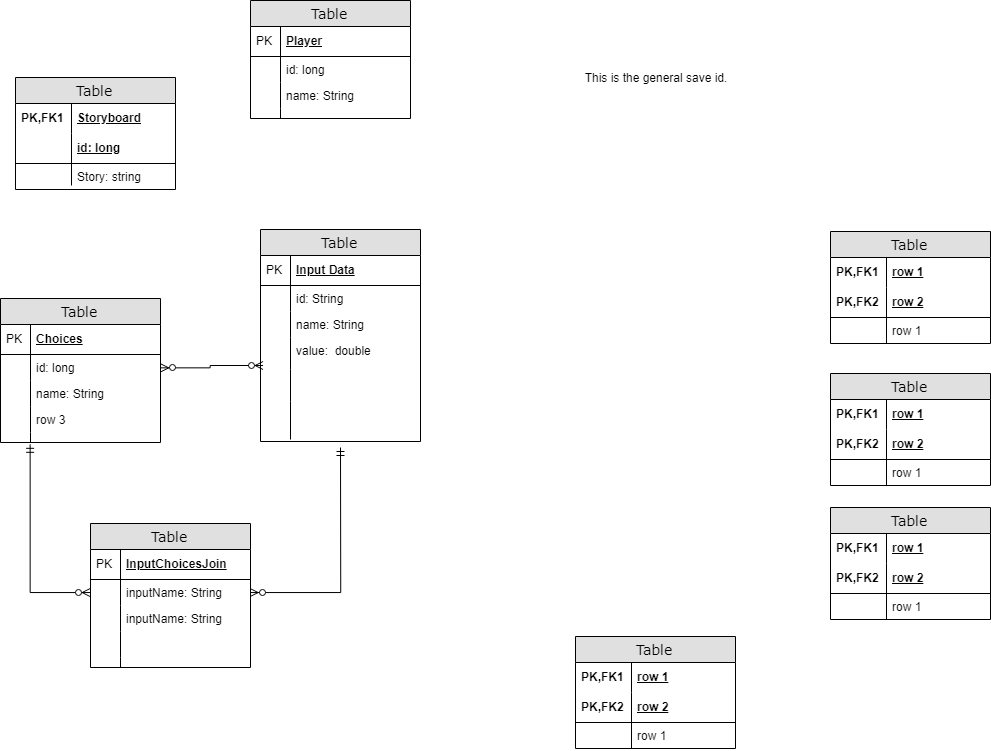
Earlier version of the draw.io export docs/EntityModel.png (balexander16/PictureQuest). Source tidied: cells renumbered, new cells last; positions are measured from the earlier drawing's top-left corner, leaving out a move shared by most shapes.
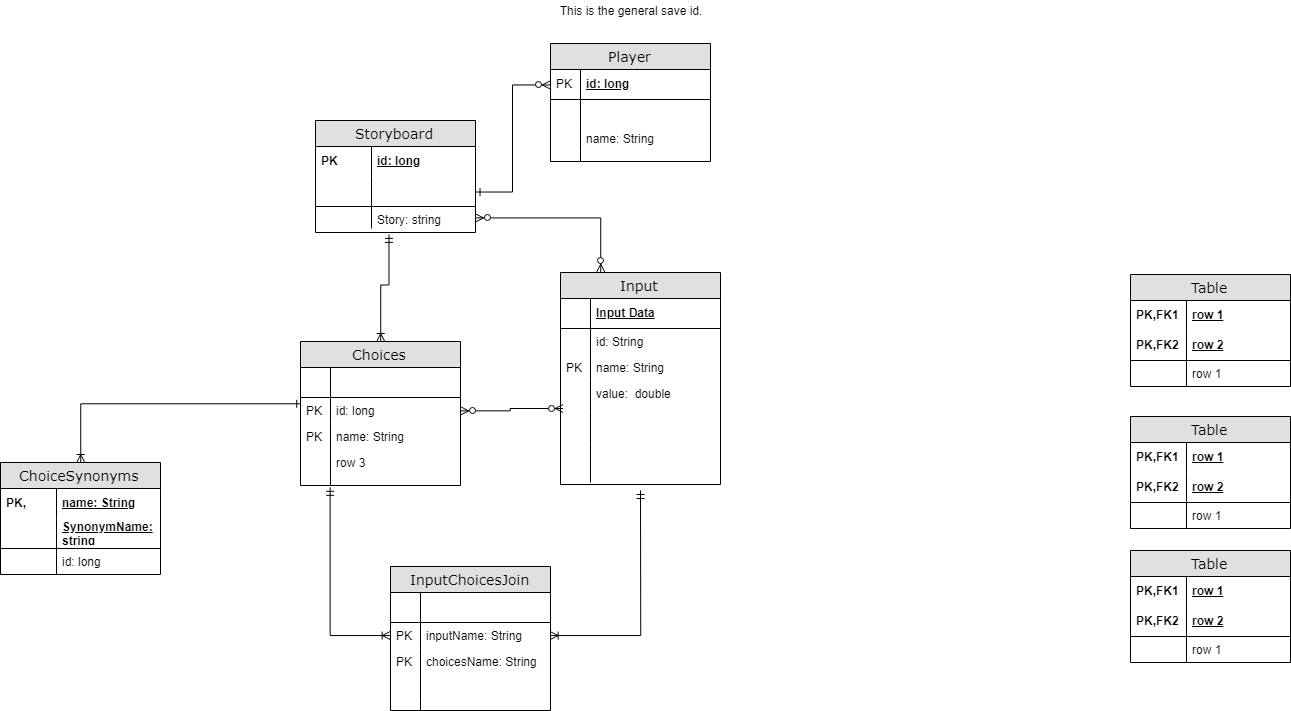
Later version of the same file.

The edit, as a diff of the source:
```diff
@@ -4,12 +4,12 @@
     <mxCell id="1" parent="0" />
-    <mxCell id="2" value="Table" style="swimlane;html=1;fontStyle=0;horizontal=1;startSize=26;fillColor=#e0e0e0;swimlaneFillColor=#ffffff;align=center;rounded=0;shadow=0;comic=0;labelBackgroundColor=none;strokeColor=#000000;strokeWidth=1;fontFamily=Verdana;fontSize=14;fontColor=#000000;" parent="1" vertex="1">
+    <mxCell id="2" value="Storyboard" style="swimlane;html=1;fontStyle=0;horizontal=1;startSize=26;fillColor=#e0e0e0;swimlaneFillColor=#ffffff;align=center;rounded=0;shadow=0;comic=0;labelBackgroundColor=none;strokeColor=#000000;strokeWidth=1;fontFamily=Verdana;fontSize=14;fontColor=#000000;" parent="1" vertex="1">
       <mxGeometry x="15" y="77" width="160" height="112" as="geometry" />
     </mxCell>
-    <mxCell id="3" value="Storyboard" style="shape=partialRectangle;top=0;left=0;right=0;bottom=0;html=1;align=left;verticalAlign=middle;fillColor=none;spacingLeft=60;spacingRight=4;whiteSpace=wrap;overflow=hidden;fontStyle=5;" parent="2" vertex="1">
+    <mxCell id="3" value="id: long" style="shape=partialRectangle;top=0;left=0;right=0;bottom=0;html=1;align=left;verticalAlign=middle;fillColor=none;spacingLeft=60;spacingRight=4;whiteSpace=wrap;overflow=hidden;fontStyle=5;" parent="2" vertex="1">
       <mxGeometry y="26" width="160" height="30" as="geometry" />
     </mxCell>
-    <mxCell id="4" value="PK,FK1" style="shape=partialRectangle;fontStyle=1;top=0;left=0;bottom=0;html=1;fillColor=none;align=left;verticalAlign=middle;spacingLeft=4;spacingRight=4;whiteSpace=wrap;overflow=hidden;" parent="3" vertex="1">
+    <mxCell id="4" value="PK" style="shape=partialRectangle;fontStyle=1;top=0;left=0;bottom=0;html=1;fillColor=none;align=left;verticalAlign=middle;spacingLeft=4;spacingRight=4;whiteSpace=wrap;overflow=hidden;" parent="3" vertex="1">
       <mxGeometry width="56" height="30" as="geometry" />
     </mxCell>
-    <mxCell id="5" value="id: long" style="shape=partialRectangle;top=0;left=0;right=0;bottom=1;html=1;align=left;verticalAlign=middle;fillColor=none;spacingLeft=60;spacingRight=4;whiteSpace=wrap;overflow=hidden;points=[[0,0.5],[1,0.5]];portConstraint=eastwest;fontStyle=5;" parent="2" vertex="1">
+    <mxCell id="5" style="shape=partialRectangle;top=0;left=0;right=0;bottom=1;html=1;align=left;verticalAlign=middle;fillColor=none;spacingLeft=60;spacingRight=4;whiteSpace=wrap;overflow=hidden;points=[[0,0.5],[1,0.5]];portConstraint=eastwest;fontStyle=5;" parent="2" vertex="1">
       <mxGeometry y="56" width="160" height="30" as="geometry" />
@@ -25,6 +25,6 @@
     </mxCell>
-    <mxCell id="9" value="Table" style="swimlane;html=1;fontStyle=0;horizontal=1;startSize=26;fillColor=#e0e0e0;swimlaneFillColor=#ffffff;align=center;rounded=0;shadow=0;comic=0;labelBackgroundColor=none;strokeColor=#000000;strokeWidth=1;fontFamily=Verdana;fontSize=14;fontColor=#000000;swimlaneLine=1;" parent="1" vertex="1">
+    <mxCell id="9" value="Player" style="swimlane;html=1;fontStyle=0;horizontal=1;startSize=26;fillColor=#e0e0e0;swimlaneFillColor=#ffffff;align=center;rounded=0;shadow=0;comic=0;labelBackgroundColor=none;strokeColor=#000000;strokeWidth=1;fontFamily=Verdana;fontSize=14;fontColor=#000000;swimlaneLine=1;" parent="1" vertex="1">
       <mxGeometry x="250" width="160" height="118" as="geometry" />
     </mxCell>
-    <mxCell id="10" value="Player" style="shape=partialRectangle;top=0;left=0;right=0;bottom=1;html=1;align=left;verticalAlign=middle;fillColor=none;spacingLeft=34;spacingRight=4;whiteSpace=wrap;overflow=hidden;points=[[0,0.5],[1,0.5]];portConstraint=eastwest;fontStyle=5;" parent="9" vertex="1">
+    <mxCell id="10" value="id: long" style="shape=partialRectangle;top=0;left=0;right=0;bottom=1;html=1;align=left;verticalAlign=middle;fillColor=none;spacingLeft=34;spacingRight=4;whiteSpace=wrap;overflow=hidden;points=[[0,0.5],[1,0.5]];portConstraint=eastwest;fontStyle=5;" parent="9" vertex="1">
       <mxGeometry y="26" width="160" height="30" as="geometry" />
@@ -34,3 +34,3 @@
     </mxCell>
-    <mxCell id="12" value="id: long" style="shape=partialRectangle;top=0;left=0;right=0;bottom=0;html=1;align=left;verticalAlign=top;fillColor=none;spacingLeft=34;spacingRight=4;whiteSpace=wrap;overflow=hidden;" parent="9" vertex="1">
+    <mxCell id="12" style="shape=partialRectangle;top=0;left=0;right=0;bottom=0;html=1;align=left;verticalAlign=top;fillColor=none;spacingLeft=34;spacingRight=4;whiteSpace=wrap;overflow=hidden;" parent="9" vertex="1">
       <mxGeometry y="56" width="160" height="26" as="geometry" />
@@ -52,3 +52,3 @@
     </mxCell>
-    <mxCell id="18" value="Table" style="swimlane;html=1;fontStyle=0;horizontal=1;startSize=26;fillColor=#e0e0e0;swimlaneFillColor=#ffffff;align=center;rounded=0;shadow=0;comic=0;labelBackgroundColor=none;strokeColor=#000000;strokeWidth=1;fontFamily=Verdana;fontSize=14;fontColor=#000000;" parent="1" vertex="1">
+    <mxCell id="18" value="Input" style="swimlane;html=1;fontStyle=0;horizontal=1;startSize=26;fillColor=#e0e0e0;swimlaneFillColor=#ffffff;align=center;rounded=0;shadow=0;comic=0;labelBackgroundColor=none;strokeColor=#000000;strokeWidth=1;fontFamily=Verdana;fontSize=14;fontColor=#000000;" parent="1" vertex="1">
       <mxGeometry x="260" y="229" width="160" height="212" as="geometry" />
@@ -58,3 +58,3 @@
     </mxCell>
-    <mxCell id="20" value="PK" style="shape=partialRectangle;top=0;left=0;bottom=0;html=1;fillColor=none;align=left;verticalAlign=middle;spacingLeft=4;spacingRight=4;whiteSpace=wrap;overflow=hidden;" parent="19" vertex="1">
+    <mxCell id="20" style="shape=partialRectangle;top=0;left=0;bottom=0;html=1;fillColor=none;align=left;verticalAlign=middle;spacingLeft=4;spacingRight=4;whiteSpace=wrap;overflow=hidden;" parent="19" vertex="1">
       <mxGeometry width="30" height="30" as="geometry" />
@@ -70,3 +70,3 @@
     </mxCell>
-    <mxCell id="24" style="shape=partialRectangle;top=0;left=0;bottom=0;html=1;fillColor=none;align=left;verticalAlign=top;spacingLeft=4;spacingRight=4;whiteSpace=wrap;overflow=hidden;" parent="23" vertex="1">
+    <mxCell id="24" value="PK" style="shape=partialRectangle;top=0;left=0;bottom=0;html=1;fillColor=none;align=left;verticalAlign=top;spacingLeft=4;spacingRight=4;whiteSpace=wrap;overflow=hidden;" parent="23" vertex="1">
       <mxGeometry width="30" height="26" as="geometry" />
@@ -91,9 +91,9 @@
     </mxCell>
-    <mxCell id="31" value="Table" style="swimlane;html=1;fontStyle=0;horizontal=1;startSize=26;fillColor=#e0e0e0;swimlaneFillColor=#ffffff;align=center;rounded=0;shadow=0;comic=0;labelBackgroundColor=none;strokeColor=#000000;strokeWidth=1;fontFamily=Verdana;fontSize=14;fontColor=#000000;" parent="1" vertex="1">
+    <mxCell id="31" value="InputChoicesJoin" style="swimlane;html=1;fontStyle=0;horizontal=1;startSize=26;fillColor=#e0e0e0;swimlaneFillColor=#ffffff;align=center;rounded=0;shadow=0;comic=0;labelBackgroundColor=none;strokeColor=#000000;strokeWidth=1;fontFamily=Verdana;fontSize=14;fontColor=#000000;" parent="1" vertex="1">
       <mxGeometry x="90" y="523" width="160" height="144" as="geometry" />
     </mxCell>
-    <mxCell id="32" value="InputChoicesJoin" style="shape=partialRectangle;top=0;left=0;right=0;bottom=1;html=1;align=left;verticalAlign=middle;fillColor=none;spacingLeft=34;spacingRight=4;whiteSpace=wrap;overflow=hidden;fontStyle=5;" parent="31" vertex="1">
+    <mxCell id="32" style="shape=partialRectangle;top=0;left=0;right=0;bottom=1;html=1;align=left;verticalAlign=middle;fillColor=none;spacingLeft=34;spacingRight=4;whiteSpace=wrap;overflow=hidden;fontStyle=5;" parent="31" vertex="1">
       <mxGeometry y="26" width="160" height="30" as="geometry" />
     </mxCell>
-    <mxCell id="33" value="PK" style="shape=partialRectangle;top=0;left=0;bottom=0;html=1;fillColor=none;align=left;verticalAlign=middle;spacingLeft=4;spacingRight=4;whiteSpace=wrap;overflow=hidden;" parent="32" vertex="1">
+    <mxCell id="33" style="shape=partialRectangle;top=0;left=0;bottom=0;html=1;fillColor=none;align=left;verticalAlign=middle;spacingLeft=4;spacingRight=4;whiteSpace=wrap;overflow=hidden;" parent="32" vertex="1">
       <mxGeometry width="30" height="30" as="geometry" />
@@ -103,9 +103,9 @@
     </mxCell>
-    <mxCell id="35" style="shape=partialRectangle;top=0;left=0;bottom=0;html=1;fillColor=none;align=left;verticalAlign=top;spacingLeft=4;spacingRight=4;whiteSpace=wrap;overflow=hidden;" parent="34" vertex="1">
+    <mxCell id="35" value="PK" style="shape=partialRectangle;top=0;left=0;bottom=0;html=1;fillColor=none;align=left;verticalAlign=top;spacingLeft=4;spacingRight=4;whiteSpace=wrap;overflow=hidden;" parent="34" vertex="1">
       <mxGeometry width="30" height="26" as="geometry" />
     </mxCell>
-    <mxCell id="36" value="inputName: String" style="shape=partialRectangle;top=0;left=0;right=0;bottom=0;html=1;align=left;verticalAlign=top;fillColor=none;spacingLeft=34;spacingRight=4;whiteSpace=wrap;overflow=hidden;" parent="31" vertex="1">
+    <mxCell id="36" value="choicesName: String" style="shape=partialRectangle;top=0;left=0;right=0;bottom=0;html=1;align=left;verticalAlign=top;fillColor=none;spacingLeft=34;spacingRight=4;whiteSpace=wrap;overflow=hidden;" parent="31" vertex="1">
       <mxGeometry y="82" width="160" height="26" as="geometry" />
     </mxCell>
-    <mxCell id="37" style="shape=partialRectangle;top=0;left=0;bottom=0;html=1;fillColor=none;align=left;verticalAlign=top;spacingLeft=4;spacingRight=4;whiteSpace=wrap;overflow=hidden;" parent="36" vertex="1">
+    <mxCell id="37" value="PK" style="shape=partialRectangle;top=0;left=0;bottom=0;html=1;fillColor=none;align=left;verticalAlign=top;spacingLeft=4;spacingRight=4;whiteSpace=wrap;overflow=hidden;" parent="36" vertex="1">
       <mxGeometry width="30" height="26" as="geometry" />
@@ -145,18 +145,21 @@
     </mxCell>
+    <mxCell id="85" style="edgeStyle=orthogonalEdgeStyle;rounded=0;jettySize=auto;html=1;entryX=0.001;entryY=0.242;entryDx=0;entryDy=0;entryPerimeter=0;startArrow=ERoneToMany;startFill=0;endArrow=ERone;endFill=0;" parent="1" edge="1" source="49" target="73">
+      <mxGeometry relative="1" as="geometry" />
+    </mxCell>
-    <mxCell id="49" value="Table" style="swimlane;html=1;fontStyle=0;horizontal=1;startSize=26;fillColor=#e0e0e0;swimlaneFillColor=#ffffff;align=center;rounded=0;shadow=0;comic=0;labelBackgroundColor=none;strokeColor=#000000;strokeWidth=1;fontFamily=Verdana;fontSize=14;fontColor=#000000;" parent="1" vertex="1">
-      <mxGeometry x="575" y="636" width="160" height="112" as="geometry" />
+    <mxCell id="49" value="ChoiceSynonyms" style="swimlane;html=1;fontStyle=0;horizontal=1;startSize=26;fillColor=#e0e0e0;swimlaneFillColor=#ffffff;align=center;rounded=0;shadow=0;comic=0;labelBackgroundColor=none;strokeColor=#000000;strokeWidth=1;fontFamily=Verdana;fontSize=14;fontColor=#000000;" parent="1" vertex="1">
+      <mxGeometry x="-300" y="419" width="160" height="112" as="geometry" />
     </mxCell>
-    <mxCell id="50" value="row 1" style="shape=partialRectangle;top=0;left=0;right=0;bottom=0;html=1;align=left;verticalAlign=middle;fillColor=none;spacingLeft=60;spacingRight=4;whiteSpace=wrap;overflow=hidden;fontStyle=5;" parent="49" vertex="1">
+    <mxCell id="50" value="name: String" style="shape=partialRectangle;top=0;left=0;right=0;bottom=0;html=1;align=left;verticalAlign=middle;fillColor=none;spacingLeft=60;spacingRight=4;whiteSpace=wrap;overflow=hidden;fontStyle=5;" parent="49" vertex="1">
       <mxGeometry y="26" width="160" height="30" as="geometry" />
     </mxCell>
-    <mxCell id="51" value="PK,FK1" style="shape=partialRectangle;fontStyle=1;top=0;left=0;bottom=0;html=1;fillColor=none;align=left;verticalAlign=middle;spacingLeft=4;spacingRight=4;whiteSpace=wrap;overflow=hidden;" parent="50" vertex="1">
+    <mxCell id="51" value="PK," style="shape=partialRectangle;fontStyle=1;top=0;left=0;bottom=0;html=1;fillColor=none;align=left;verticalAlign=middle;spacingLeft=4;spacingRight=4;whiteSpace=wrap;overflow=hidden;" parent="50" vertex="1">
       <mxGeometry width="56" height="30" as="geometry" />
     </mxCell>
-    <mxCell id="52" value="row 2" style="shape=partialRectangle;top=0;left=0;right=0;bottom=1;html=1;align=left;verticalAlign=middle;fillColor=none;spacingLeft=60;spacingRight=4;whiteSpace=wrap;overflow=hidden;fontStyle=5;" parent="49" vertex="1">
+    <mxCell id="52" value="SynonymName: string" style="shape=partialRectangle;top=0;left=0;right=0;bottom=1;html=1;align=left;verticalAlign=middle;fillColor=none;spacingLeft=60;spacingRight=4;whiteSpace=wrap;overflow=hidden;fontStyle=5;" parent="49" vertex="1">
       <mxGeometry y="56" width="160" height="30" as="geometry" />
     </mxCell>
-    <mxCell id="53" value="PK,FK2" style="shape=partialRectangle;fontStyle=1;top=0;left=0;bottom=0;html=1;fillColor=none;align=left;verticalAlign=middle;spacingLeft=4;spacingRight=4;whiteSpace=wrap;overflow=hidden;" parent="52" vertex="1">
+    <mxCell id="53" style="shape=partialRectangle;fontStyle=1;top=0;left=0;bottom=0;html=1;fillColor=none;align=left;verticalAlign=middle;spacingLeft=4;spacingRight=4;whiteSpace=wrap;overflow=hidden;" parent="52" vertex="1">
       <mxGeometry width="56" height="30" as="geometry" />
     </mxCell>
-    <mxCell id="54" value="row 1" style="shape=partialRectangle;top=0;left=0;right=0;bottom=0;html=1;align=left;verticalAlign=top;fillColor=none;spacingLeft=60;spacingRight=4;whiteSpace=wrap;overflow=hidden;" parent="49" vertex="1">
+    <mxCell id="54" value="id: long" style="shape=partialRectangle;top=0;left=0;right=0;bottom=0;html=1;align=left;verticalAlign=top;fillColor=none;spacingLeft=60;spacingRight=4;whiteSpace=wrap;overflow=hidden;" parent="49" vertex="1">
       <mxGeometry y="86" width="160" height="26" as="geometry" />
@@ -208,9 +211,17 @@
     </mxCell>
+    <mxCell id="86" style="edgeStyle=orthogonalEdgeStyle;rounded=0;jettySize=auto;html=1;entryX=0.459;entryY=1.267;entryDx=0;entryDy=0;entryPerimeter=0;startArrow=ERoneToMany;startFill=0;endArrow=ERmandOne;endFill=0;" parent="1" edge="1" source="70" target="7">
+      <mxGeometry relative="1" as="geometry">
+        <Array as="points">
+          <mxPoint x="80" y="241" />
+          <mxPoint x="88" y="241" />
+        </Array>
+      </mxGeometry>
+    </mxCell>
-    <mxCell id="70" value="Table" style="swimlane;html=1;fontStyle=0;horizontal=1;startSize=26;fillColor=#e0e0e0;swimlaneFillColor=#ffffff;align=center;rounded=0;shadow=0;comic=0;labelBackgroundColor=none;strokeColor=#000000;strokeWidth=1;fontFamily=Verdana;fontSize=14;fontColor=#000000;" parent="1" vertex="1">
+    <mxCell id="70" value="Choices" style="swimlane;html=1;fontStyle=0;horizontal=1;startSize=26;fillColor=#e0e0e0;swimlaneFillColor=#ffffff;align=center;rounded=0;shadow=0;comic=0;labelBackgroundColor=none;strokeColor=#000000;strokeWidth=1;fontFamily=Verdana;fontSize=14;fontColor=#000000;" parent="1" vertex="1">
       <mxGeometry y="298" width="160" height="144" as="geometry" />
     </mxCell>
-    <mxCell id="71" value="Choices" style="shape=partialRectangle;top=0;left=0;right=0;bottom=1;html=1;align=left;verticalAlign=middle;fillColor=none;spacingLeft=34;spacingRight=4;whiteSpace=wrap;overflow=hidden;fontStyle=5;" parent="70" vertex="1">
+    <mxCell id="71" style="shape=partialRectangle;top=0;left=0;right=0;bottom=1;html=1;align=left;verticalAlign=middle;fillColor=none;spacingLeft=34;spacingRight=4;whiteSpace=wrap;overflow=hidden;fontStyle=5;" parent="70" vertex="1">
       <mxGeometry y="26" width="160" height="30" as="geometry" />
     </mxCell>
-    <mxCell id="72" value="PK" style="shape=partialRectangle;top=0;left=0;bottom=0;html=1;fillColor=none;align=left;verticalAlign=middle;spacingLeft=4;spacingRight=4;whiteSpace=wrap;overflow=hidden;" parent="71" vertex="1">
+    <mxCell id="72" style="shape=partialRectangle;top=0;left=0;bottom=0;html=1;fillColor=none;align=left;verticalAlign=middle;spacingLeft=4;spacingRight=4;whiteSpace=wrap;overflow=hidden;" parent="71" vertex="1">
       <mxGeometry width="30" height="30" as="geometry" />
@@ -220,3 +231,3 @@
     </mxCell>
-    <mxCell id="74" style="shape=partialRectangle;top=0;left=0;bottom=0;html=1;fillColor=none;align=left;verticalAlign=top;spacingLeft=4;spacingRight=4;whiteSpace=wrap;overflow=hidden;" parent="73" vertex="1">
+    <mxCell id="74" value="PK" style="shape=partialRectangle;top=0;left=0;bottom=0;html=1;fillColor=none;align=left;verticalAlign=top;spacingLeft=4;spacingRight=4;whiteSpace=wrap;overflow=hidden;" parent="73" vertex="1">
       <mxGeometry width="30" height="26" as="geometry" />
@@ -226,3 +237,3 @@
     </mxCell>
-    <mxCell id="76" style="shape=partialRectangle;top=0;left=0;bottom=0;html=1;fillColor=none;align=left;verticalAlign=top;spacingLeft=4;spacingRight=4;whiteSpace=wrap;overflow=hidden;" parent="75" vertex="1">
+    <mxCell id="76" value="PK" style="shape=partialRectangle;top=0;left=0;bottom=0;html=1;fillColor=none;align=left;verticalAlign=top;spacingLeft=4;spacingRight=4;whiteSpace=wrap;overflow=hidden;" parent="75" vertex="1">
       <mxGeometry width="30" height="26" as="geometry" />
@@ -242,5 +253,5 @@
     <mxCell id="81" value="This is the general save id." style="text;html=1;strokeColor=none;fillColor=none;align=center;verticalAlign=middle;whiteSpace=wrap;rounded=0;" parent="1" vertex="1">
-      <mxGeometry x="575" y="67" width="160" height="20" as="geometry" />
+      <mxGeometry x="250" y="-43" width="160" height="20" as="geometry" />
     </mxCell>
-    <mxCell id="82" style="edgeStyle=orthogonalEdgeStyle;rounded=0;jettySize=auto;html=1;exitX=0;exitY=0.5;exitDx=0;exitDy=0;startArrow=ERzeroToMany;startFill=1;endArrow=ERmandOne;endFill=0;entryX=0.185;entryY=1.182;entryDx=0;entryDy=0;entryPerimeter=0;" parent="1" edge="1" source="34" target="79">
+    <mxCell id="82" style="edgeStyle=orthogonalEdgeStyle;rounded=0;jettySize=auto;html=1;exitX=0;exitY=0.5;exitDx=0;exitDy=0;startArrow=ERoneToMany;startFill=0;endArrow=ERmandOne;endFill=0;entryX=0.185;entryY=1.182;entryDx=0;entryDy=0;entryPerimeter=0;" parent="1" edge="1" source="34" target="79">
       <mxGeometry relative="1" as="geometry">
@@ -251,3 +262,3 @@
     </mxCell>
-    <mxCell id="83" style="edgeStyle=orthogonalEdgeStyle;rounded=0;jettySize=auto;html=1;exitX=1;exitY=0.5;exitDx=0;exitDy=0;startArrow=ERzeroToMany;startFill=1;endArrow=ERmandOne;endFill=0;" parent="1" edge="1" source="34">
+    <mxCell id="83" style="edgeStyle=orthogonalEdgeStyle;rounded=0;jettySize=auto;html=1;exitX=1;exitY=0.5;exitDx=0;exitDy=0;startArrow=ERoneToMany;startFill=0;endArrow=ERmandOne;endFill=0;" parent="1" edge="1" source="34">
       <mxGeometry relative="1" as="geometry">
@@ -259,2 +270,8 @@
     </mxCell>
+    <mxCell id="87" style="edgeStyle=orthogonalEdgeStyle;rounded=0;jettySize=auto;html=1;exitX=1;exitY=0.5;exitDx=0;exitDy=0;entryX=0;entryY=0.5;entryDx=0;entryDy=0;startArrow=ERone;startFill=0;endArrow=ERzeroToMany;endFill=1;" parent="1" edge="1" source="5" target="10">
+      <mxGeometry relative="1" as="geometry" />
+    </mxCell>
+    <mxCell id="88" style="edgeStyle=orthogonalEdgeStyle;rounded=0;jettySize=auto;html=1;entryX=0.25;entryY=0;entryDx=0;entryDy=0;startArrow=ERzeroToMany;startFill=1;endArrow=ERzeroToMany;endFill=1;" parent="1" edge="1" source="7" target="18">
+      <mxGeometry relative="1" as="geometry" />
+    </mxCell>
   </root>
```
